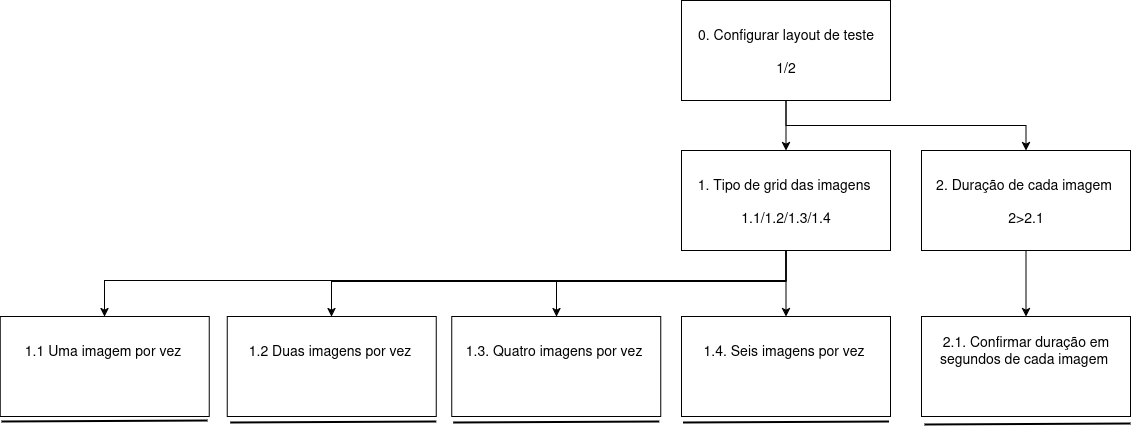
Before: docs/imagens/analise_tarefas/HTAConfigurarLayout.drawio.png, a diagram exported from draw.io (NathaliaShimokawa/CC8122-Interface-Humano-Computador). Source tidied: cells renumbered, new cells last; positions are measured from the earlier drawing's top-left corner, leaving out a move shared by most shapes. Source of this version:
```xml
<mxGraphModel>
  <root>
    <mxCell id="0" />
    <mxCell id="1" parent="0" />
    <mxCell id="2" style="edgeStyle=orthogonalEdgeStyle;rounded=0;jettySize=auto;html=1;" parent="1" edge="1" source="4" target="9">
      <mxGeometry relative="1" as="geometry" />
    </mxCell>
    <mxCell id="3" style="edgeStyle=orthogonalEdgeStyle;rounded=0;jettySize=auto;html=1;exitX=0.5;exitY=1;exitDx=0;exitDy=0;entryX=0.5;entryY=0;entryDx=0;entryDy=0;" parent="1" edge="1" source="4" target="11">
      <mxGeometry relative="1" as="geometry">
        <Array as="points">
          <mxPoint x="786" y="125" />
          <mxPoint x="1026" y="125" />
          <mxPoint x="1026" y="150" />
        </Array>
      </mxGeometry>
    </mxCell>
    <mxCell id="4" value="&lt;div&gt;0. Configurar layout de teste&lt;/div&gt;&lt;div&gt;&lt;br&gt;&lt;/div&gt;&lt;div&gt;1/2&lt;/div&gt;" style="rounded=0;whiteSpace=wrap;html=1;fontSize=14;" parent="1" vertex="1">
      <mxGeometry x="681" width="209" height="100" as="geometry" />
    </mxCell>
    <mxCell id="5" style="edgeStyle=orthogonalEdgeStyle;rounded=0;jettySize=auto;html=1;entryX=0.5;entryY=0;entryDx=0;entryDy=0;" parent="1" edge="1" source="9" target="16">
      <mxGeometry relative="1" as="geometry" />
    </mxCell>
    <mxCell id="6" style="edgeStyle=orthogonalEdgeStyle;rounded=0;jettySize=auto;html=1;" parent="1" edge="1" source="9" target="15">
      <mxGeometry relative="1" as="geometry">
        <Array as="points">
          <mxPoint x="786" y="280" />
          <mxPoint x="556" y="280" />
        </Array>
      </mxGeometry>
    </mxCell>
    <mxCell id="7" style="edgeStyle=orthogonalEdgeStyle;rounded=0;jettySize=auto;html=1;" parent="1" edge="1" source="9" target="14">
      <mxGeometry relative="1" as="geometry">
        <Array as="points">
          <mxPoint x="786" y="281" />
          <mxPoint x="331" y="281" />
        </Array>
      </mxGeometry>
    </mxCell>
    <mxCell id="8" style="edgeStyle=orthogonalEdgeStyle;rounded=0;jettySize=auto;html=1;" parent="1" edge="1" source="9" target="13">
      <mxGeometry relative="1" as="geometry">
        <Array as="points">
          <mxPoint x="786" y="280" />
          <mxPoint x="104" y="280" />
        </Array>
      </mxGeometry>
    </mxCell>
    <mxCell id="9" value="&lt;div&gt;1. Tipo de grid das imagens&amp;nbsp;&lt;/div&gt;&lt;div&gt;&lt;br&gt;&lt;/div&gt;&lt;div&gt;1.1/1.2/1.3/1.4&lt;/div&gt;" style="rounded=0;whiteSpace=wrap;html=1;fontSize=14;" parent="1" vertex="1">
      <mxGeometry x="681" y="150" width="209" height="100" as="geometry" />
    </mxCell>
    <mxCell id="10" style="edgeStyle=orthogonalEdgeStyle;rounded=0;jettySize=auto;html=1;entryX=0.5;entryY=0;entryDx=0;entryDy=0;" parent="1" edge="1" source="11" target="12">
      <mxGeometry relative="1" as="geometry" />
    </mxCell>
    <mxCell id="11" value="&lt;div&gt;2. Duração de cada imagem&amp;nbsp;&lt;/div&gt;&lt;div&gt;&lt;br&gt;&lt;/div&gt;&lt;div&gt;2&amp;gt;2.1&lt;/div&gt;" style="rounded=0;whiteSpace=wrap;html=1;fontSize=14;" parent="1" vertex="1">
      <mxGeometry x="921" y="150" width="209" height="100" as="geometry" />
    </mxCell>
    <mxCell id="12" value="&lt;div&gt;2.1. Confirmar duração em segundos de cada imagem&amp;nbsp;&lt;/div&gt;&lt;div&gt;&lt;br&gt;&lt;/div&gt;&lt;div&gt;&lt;br&gt;&lt;/div&gt;" style="rounded=0;whiteSpace=wrap;html=1;fontSize=14;" parent="1" vertex="1">
      <mxGeometry x="921" y="316" width="209" height="100" as="geometry" />
    </mxCell>
    <mxCell id="13" value="&lt;div&gt;1.1 Uma imagem por vez&amp;nbsp;&lt;/div&gt;&lt;div&gt;&lt;br&gt;&lt;/div&gt;&lt;div&gt;&lt;br&gt;&lt;/div&gt;" style="rounded=0;whiteSpace=wrap;html=1;fontSize=14;" parent="1" vertex="1">
      <mxGeometry x="-0.2" y="316" width="209" height="100" as="geometry" />
    </mxCell>
    <mxCell id="14" value="&lt;div&gt;1.2 Duas imagens por vez&amp;nbsp;&lt;/div&gt;&lt;div&gt;&lt;br&gt;&lt;/div&gt;&lt;div&gt;&lt;br&gt;&lt;/div&gt;" style="rounded=0;whiteSpace=wrap;html=1;fontSize=14;" parent="1" vertex="1">
      <mxGeometry x="226.8" y="316" width="209" height="100" as="geometry" />
    </mxCell>
    <mxCell id="15" value="&lt;div&gt;1.3. Quatro imagens por vez&amp;nbsp;&lt;/div&gt;&lt;div&gt;&lt;br&gt;&lt;/div&gt;&lt;div&gt;&lt;br&gt;&lt;/div&gt;" style="rounded=0;whiteSpace=wrap;html=1;fontSize=14;" parent="1" vertex="1">
      <mxGeometry x="451.2" y="316" width="209" height="100" as="geometry" />
    </mxCell>
    <mxCell id="16" value="&lt;div&gt;1.4. Seis imagens por vez&amp;nbsp;&lt;/div&gt;&lt;div&gt;&lt;br&gt;&lt;/div&gt;&lt;div&gt;&lt;br&gt;&lt;/div&gt;" style="rounded=0;whiteSpace=wrap;html=1;fontSize=14;" parent="1" vertex="1">
      <mxGeometry x="681" y="316" width="209" height="100" as="geometry" />
    </mxCell>
    <mxCell id="17" style="endArrow=none;html=1;rounded=0;fontSize=21;strokeWidth=2;" parent="1" edge="1">
      <mxGeometry relative="1" as="geometry">
        <mxPoint x="1" y="421" as="sourcePoint" />
        <mxPoint x="207" y="420" as="targetPoint" />
      </mxGeometry>
    </mxCell>
    <mxCell id="18" style="endArrow=none;html=1;rounded=0;fontSize=21;strokeWidth=2;" parent="1" edge="1">
      <mxGeometry relative="1" as="geometry">
        <mxPoint x="229.8" y="422" as="sourcePoint" />
        <mxPoint x="435.8" y="421" as="targetPoint" />
      </mxGeometry>
    </mxCell>
    <mxCell id="19" style="endArrow=none;html=1;rounded=0;fontSize=21;strokeWidth=2;" parent="1" edge="1">
      <mxGeometry relative="1" as="geometry">
        <mxPoint x="452.8" y="422" as="sourcePoint" />
        <mxPoint x="658.8" y="421" as="targetPoint" />
      </mxGeometry>
    </mxCell>
    <mxCell id="20" style="endArrow=none;html=1;rounded=0;fontSize=21;strokeWidth=2;" parent="1" edge="1">
      <mxGeometry relative="1" as="geometry">
        <mxPoint x="682.5" y="422" as="sourcePoint" />
        <mxPoint x="888.5" y="421" as="targetPoint" />
      </mxGeometry>
    </mxCell>
    <mxCell id="21" style="endArrow=none;html=1;rounded=0;fontSize=21;strokeWidth=2;" parent="1" edge="1">
      <mxGeometry relative="1" as="geometry">
        <mxPoint x="924" y="424" as="sourcePoint" />
        <mxPoint x="1130" y="423" as="targetPoint" />
      </mxGeometry>
    </mxCell>
  </root>
</mxGraphModel>
```
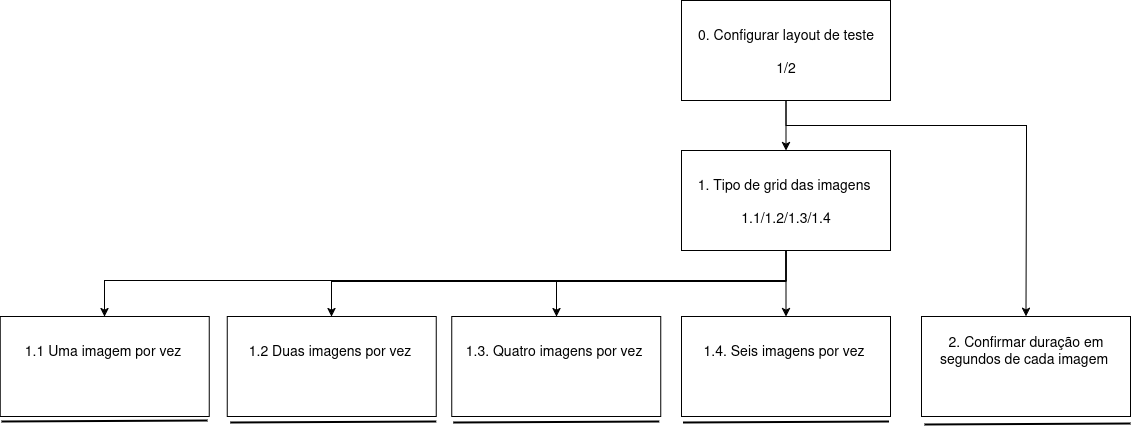
Above is the later version.

Commit message:
fix erros hTA CTT

The edit, as a diff of the source:
```diff
@@ -5,7 +5,7 @@
     <mxCell id="2" style="edgeStyle=orthogonalEdgeStyle;rounded=0;jettySize=auto;html=1;" parent="1" edge="1" source="4" target="9">
       <mxGeometry relative="1" as="geometry" />
     </mxCell>
-    <mxCell id="3" style="edgeStyle=orthogonalEdgeStyle;rounded=0;jettySize=auto;html=1;exitX=0.5;exitY=1;exitDx=0;exitDy=0;entryX=0.5;entryY=0;entryDx=0;entryDy=0;" parent="1" edge="1" source="4" target="11">
+    <mxCell id="3" style="edgeStyle=orthogonalEdgeStyle;rounded=0;jettySize=auto;html=1;exitX=0.5;exitY=1;exitDx=0;exitDy=0;entryX=0.5;entryY=0;entryDx=0;entryDy=0;" parent="1" edge="1" source="4" target="12">
       <mxGeometry relative="1" as="geometry">
         <Array as="points">
           <mxPoint x="786" y="125" />
@@ -47,13 +47,7 @@
     <mxCell id="9" value="&lt;div&gt;1. Tipo de grid das imagens&amp;nbsp;&lt;/div&gt;&lt;div&gt;&lt;br&gt;&lt;/div&gt;&lt;div&gt;1.1/1.2/1.3/1.4&lt;/div&gt;" style="rounded=0;whiteSpace=wrap;html=1;fontSize=14;" parent="1" vertex="1">
       <mxGeometry x="681" y="150" width="209" height="100" as="geometry" />
     </mxCell>
-    <mxCell id="10" style="edgeStyle=orthogonalEdgeStyle;rounded=0;jettySize=auto;html=1;entryX=0.5;entryY=0;entryDx=0;entryDy=0;" parent="1" edge="1" source="11" target="12">
-      <mxGeometry relative="1" as="geometry" />
-    </mxCell>
-    <mxCell id="11" value="&lt;div&gt;2. Duração de cada imagem&amp;nbsp;&lt;/div&gt;&lt;div&gt;&lt;br&gt;&lt;/div&gt;&lt;div&gt;2&amp;gt;2.1&lt;/div&gt;" style="rounded=0;whiteSpace=wrap;html=1;fontSize=14;" parent="1" vertex="1">
-      <mxGeometry x="921" y="150" width="209" height="100" as="geometry" />
-    </mxCell>
-    <mxCell id="12" value="&lt;div&gt;2.1. Confirmar duração em segundos de cada imagem&amp;nbsp;&lt;/div&gt;&lt;div&gt;&lt;br&gt;&lt;/div&gt;&lt;div&gt;&lt;br&gt;&lt;/div&gt;" style="rounded=0;whiteSpace=wrap;html=1;fontSize=14;" parent="1" vertex="1">
+    <mxCell id="12" value="&lt;div&gt;2. Confirmar duração em segundos de cada imagem&amp;nbsp;&lt;/div&gt;&lt;div&gt;&lt;br&gt;&lt;/div&gt;&lt;div&gt;&lt;br&gt;&lt;/div&gt;" style="rounded=0;whiteSpace=wrap;html=1;fontSize=14;" parent="1" vertex="1">
       <mxGeometry x="921" y="316" width="209" height="100" as="geometry" />
     </mxCell>
     <mxCell id="13" value="&lt;div&gt;1.1 Uma imagem por vez&amp;nbsp;&lt;/div&gt;&lt;div&gt;&lt;br&gt;&lt;/div&gt;&lt;div&gt;&lt;br&gt;&lt;/div&gt;" style="rounded=0;whiteSpace=wrap;html=1;fontSize=14;" parent="1" vertex="1">
```
